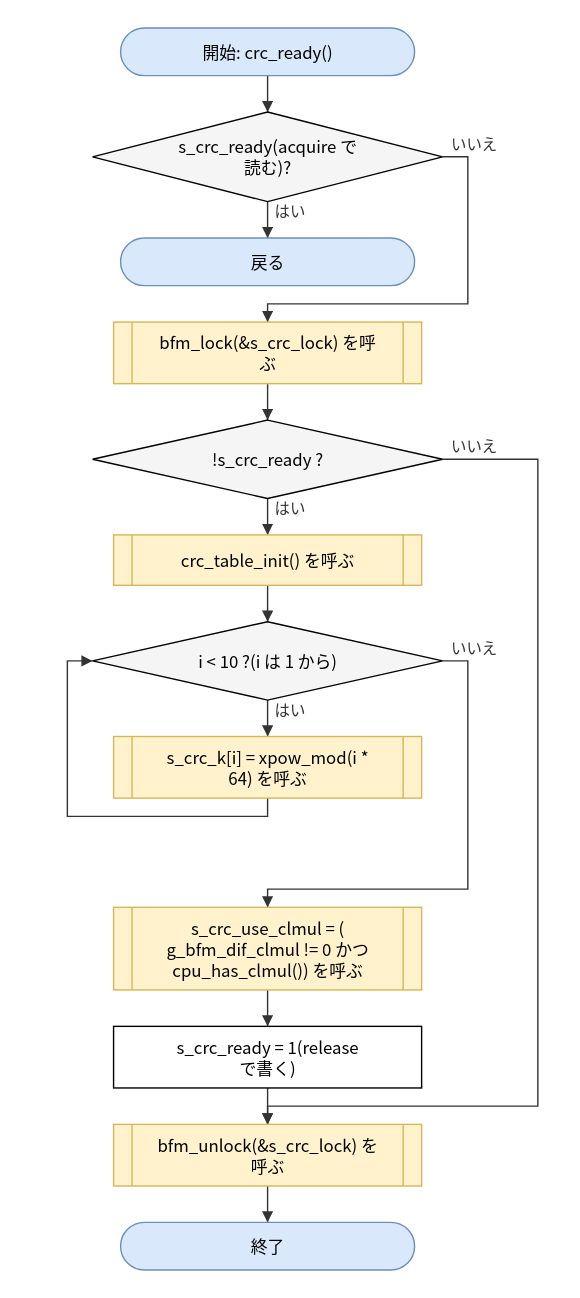
hf355051012-ai/bfmem keeps this draw.io diagram as doc/spec/images/flow_src_bfm_dif-crc_ready.drawio.svg. Above is the earlier version. Source tidied: cells renumbered, new cells last; positions are measured from the earlier drawing's top-left corner, leaving out a move shared by most shapes.
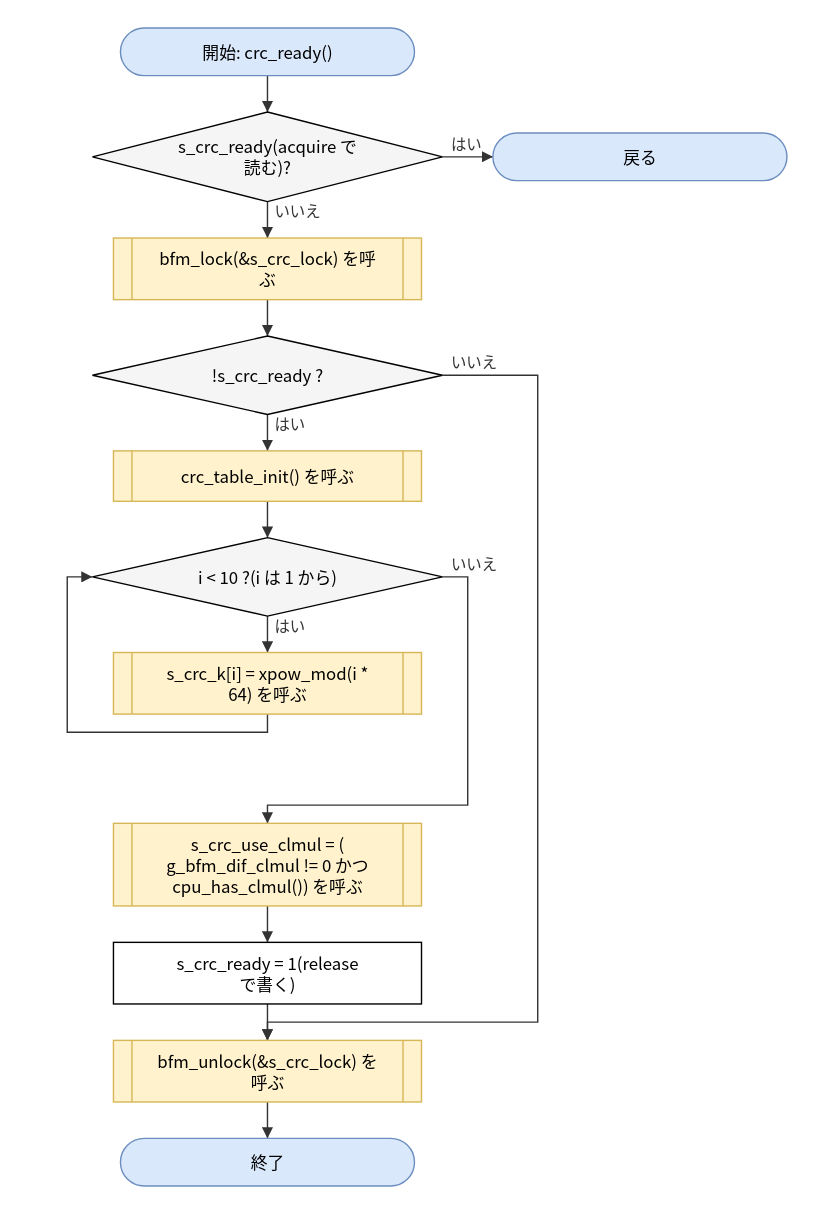
Later version of the same file.

The edit, as a diff of the source:
```diff
@@ -3,13 +3,13 @@
     <mxCell id="0" />
     <mxCell id="1" parent="0" />
     <mxCell id="2" value="開始: crc_ready()" style="rounded=1;arcSize=50;whiteSpace=wrap;html=1;fillColor=#dae8fc;strokeColor=#6c8ebf;" parent="1" vertex="1">
-      <mxGeometry x="38" width="210" height="34" as="geometry" />
+      <mxGeometry x="38" y="60" width="210" height="34" as="geometry" />
     </mxCell>
     <mxCell id="3" value="s_crc_ready(acquire で&lt;br&gt;読む)?" style="rhombus;whiteSpace=wrap;html=1;fillColor=#f5f5f5;" parent="1" vertex="1">
-      <mxGeometry x="18" y="60" width="250" height="64" as="geometry" />
+      <mxGeometry x="18" y="120" width="250" height="64" as="geometry" />
     </mxCell>
     <mxCell id="4" value="戻る" style="rounded=1;arcSize=50;whiteSpace=wrap;html=1;fillColor=#dae8fc;strokeColor=#6c8ebf;" parent="1" vertex="1">
-      <mxGeometry x="38" y="150" width="210" height="34" as="geometry" />
+      <mxGeometry x="304" y="135" width="210" height="34" as="geometry" />
     </mxCell>
     <mxCell id="5" value="bfm_lock(&amp;amp;s_crc_lock) を呼&lt;br&gt;ぶ" style="shape=process;whiteSpace=wrap;html=1;backgroundOutline=1;size=0.06;fillColor=#fff2cc;strokeColor=#d6b656;" parent="1" vertex="1">
       <mxGeometry x="33" y="210" width="220" height="44" as="geometry" />
@@ -41,17 +41,11 @@
     <mxCell id="14" style="edgeStyle=none;html=1;rounded=0;endArrow=block;endFill=1;exitX=0.5000;exitY=1.0000;exitDx=0;exitDy=0;exitPerimeter=0;entryX=0.5000;entryY=0.0000;entryDx=0;entryDy=0;entryPerimeter=0;" parent="1" edge="1" source="2" target="3">
       <mxGeometry relative="1" as="geometry" />
     </mxCell>
-    <mxCell id="15" value="はい" style="edgeStyle=none;html=1;rounded=0;endArrow=block;endFill=1;exitX=0.5000;exitY=1.0000;exitDx=0;exitDy=0;exitPerimeter=0;entryX=0.5000;entryY=0.0000;entryDx=0;entryDy=0;entryPerimeter=0;" parent="1" edge="1" source="3" target="4">
+    <mxCell id="15" value="はい" style="edgeStyle=none;html=1;rounded=0;endArrow=block;endFill=1;exitX=1.0000;exitY=0.5000;exitDx=0;exitDy=0;exitPerimeter=0;entryX=0.0000;entryY=0.5000;entryDx=0;entryDy=0;entryPerimeter=0;" parent="1" edge="1" source="3" target="4">
       <mxGeometry relative="1" as="geometry" />
     </mxCell>
-    <mxCell id="16" value="いいえ" style="edgeStyle=none;html=1;rounded=0;endArrow=block;endFill=1;exitX=1.0000;exitY=0.5000;exitDx=0;exitDy=0;exitPerimeter=0;entryX=0.5000;entryY=0.0000;entryDx=0;entryDy=0;entryPerimeter=0;" parent="1" edge="1" source="3" target="5">
-      <mxGeometry relative="1" as="geometry">
-        <Array as="points">
-          <mxPoint x="286" y="92" />
-          <mxPoint x="286" y="197" />
-          <mxPoint x="143" y="197" />
-        </Array>
-      </mxGeometry>
+    <mxCell id="16" value="いいえ" style="edgeStyle=none;html=1;rounded=0;endArrow=block;endFill=1;exitX=0.5000;exitY=1.0000;exitDx=0;exitDy=0;exitPerimeter=0;entryX=0.5000;entryY=0.0000;entryDx=0;entryDy=0;entryPerimeter=0;" parent="1" edge="1" source="3" target="5">
+      <mxGeometry relative="1" as="geometry" />
     </mxCell>
     <mxCell id="17" style="edgeStyle=none;html=1;rounded=0;endArrow=block;endFill=1;exitX=0.5000;exitY=1.0000;exitDx=0;exitDy=0;exitPerimeter=0;entryX=0.5000;entryY=0.0000;entryDx=0;entryDy=0;entryPerimeter=0;" parent="1" edge="1" source="5" target="6">
       <mxGeometry relative="1" as="geometry" />
```
